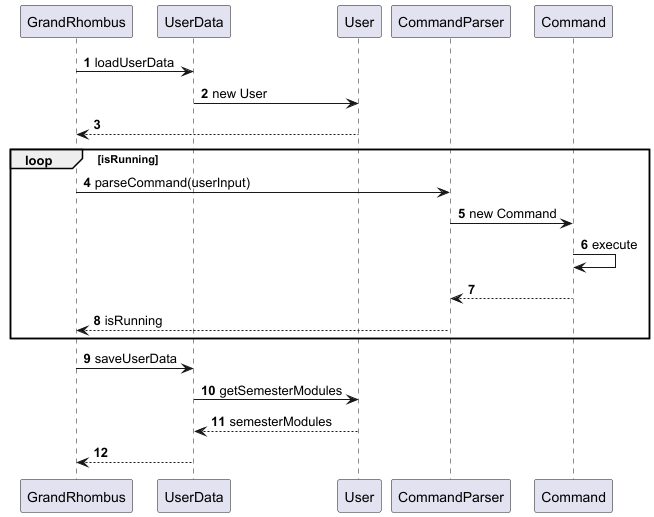
Before: docs/diagrams/SequenceDiagram.png, a diagram exported from PlantUML (itsjoelha/tp).
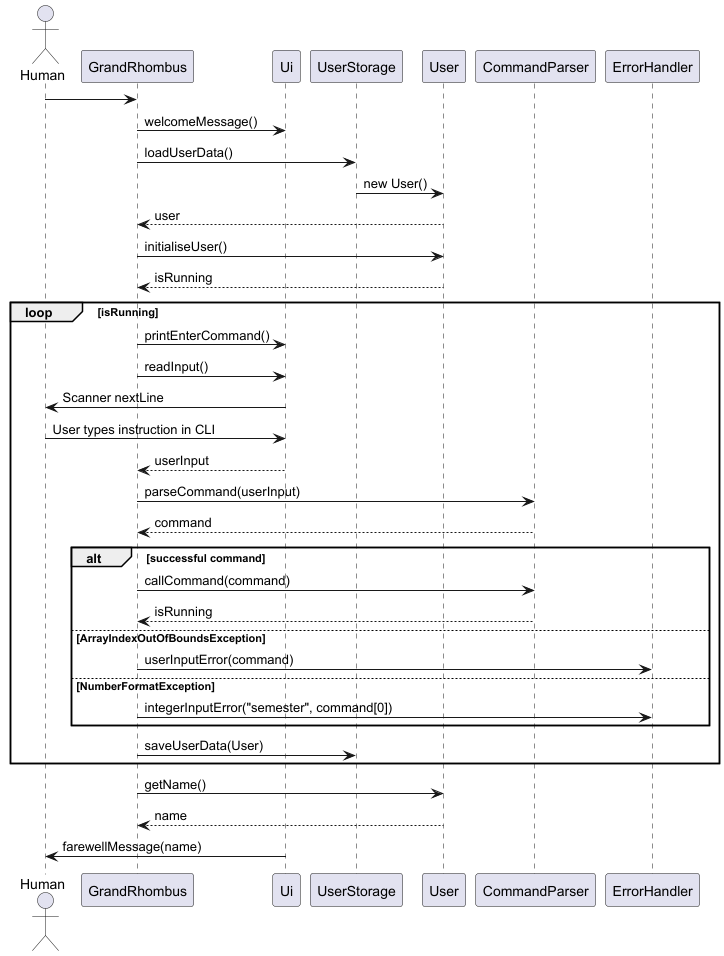
The same diagram one commit later.

Commit message:
Edit Sequence and Architecture Diagrams

What changed in the source:
```diff
@@ -1,21 +1,46 @@
 @startuml
-!include Style.puml
+actor Human
 
-autonumber
+participant GrandRhombus
+participant Ui
+participant UserStorage
+participant User
+participant CommandParser
+participant ErrorHandler
 
-GrandRhombus -> UserData: loadUserData
-UserData -> User: new User
-User --> GrandRhombus
+Human -> GrandRhombus
+GrandRhombus -> Ui : welcomeMessage()
+GrandRhombus -> UserStorage : loadUserData()
+UserStorage -> User : new User()
+User --> GrandRhombus: user
+
+GrandRhombus -> User : initialiseUser()
+User --> GrandRhombus : isRunning
+
 loop isRunning
-GrandRhombus -> CommandParser: parseCommand(userInput)
-CommandParser -> Command: new Command
-Command -> Command: execute
-Command --> CommandParser
-CommandParser --> GrandRhombus: isRunning
+    GrandRhombus -> Ui : printEnterCommand()
+    GrandRhombus -> Ui : readInput()
+    Ui -> Human : Scanner nextLine
+    Human -> Ui: User types instruction in CLI
+    Ui --> GrandRhombus : userInput
+    GrandRhombus -> CommandParser : parseCommand(userInput)
+    CommandParser --> GrandRhombus : command
+
+    alt successful command
+        GrandRhombus -> CommandParser : callCommand(command)
+        CommandParser --> GrandRhombus : isRunning
+    else ArrayIndexOutOfBoundsException
+        GrandRhombus -> ErrorHandler : userInputError(command)
+    else NumberFormatException
+        GrandRhombus -> ErrorHandler : integerInputError("semester", command[0])
+    end
+
+    GrandRhombus -> UserStorage : saveUserData(User)
+
 end
-GrandRhombus -> UserData: saveUserData
-UserData -> User:getSemesterModules
-User-->UserData: semesterModules
-UserData --> GrandRhombus
+
+GrandRhombus -> User: getName()
+User --> GrandRhombus: name
+Ui -> Human : farewellMessage(name)
 
 @enduml
```
